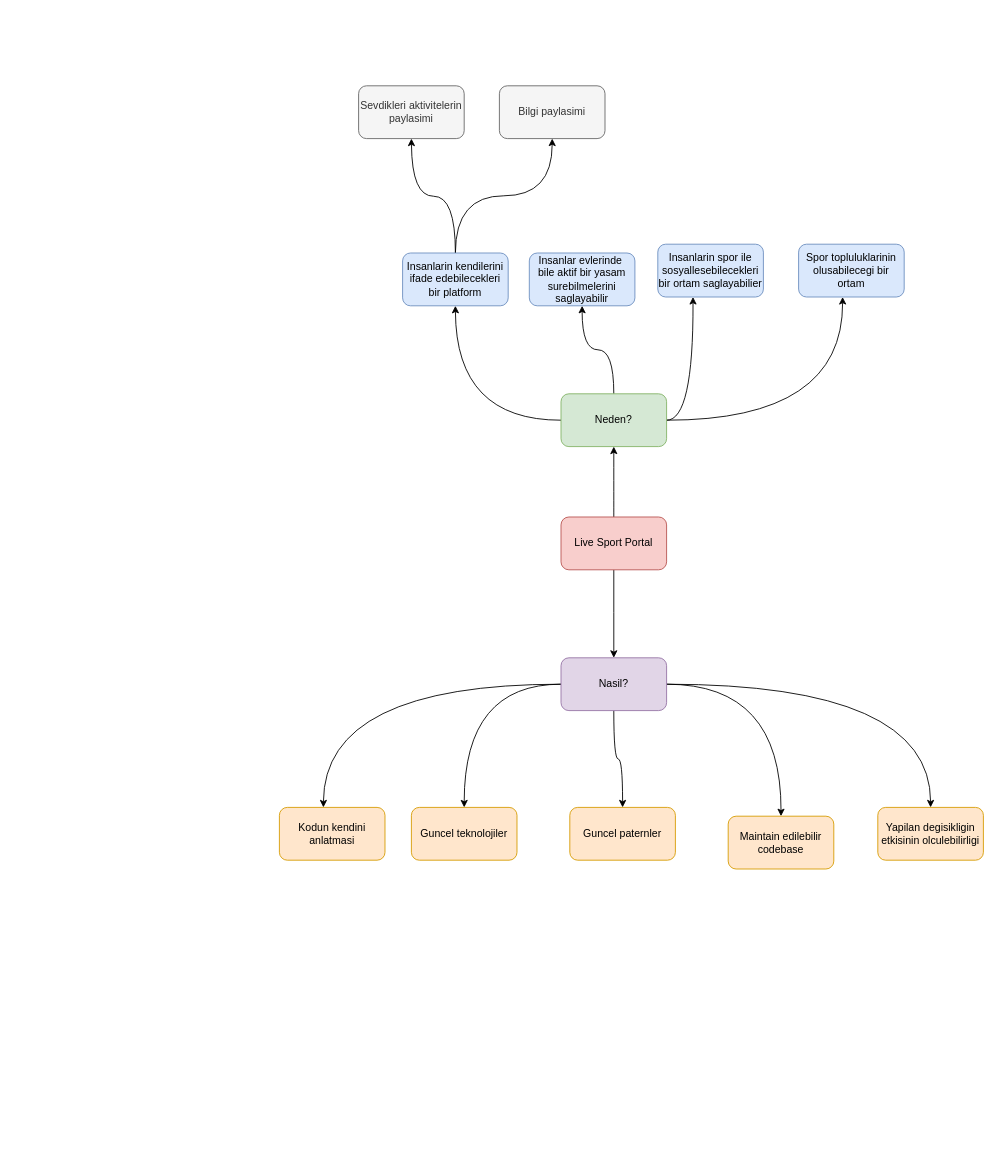
Above: Mindmapping.drawio in emrahoner/live-sport-documents (draw.io), before the change. Source tidied: cells renumbered, new cells numbered last; positions are measured from the earlier drawing's top-left corner, leaving out a move shared by most shapes. Both pictures are drawn from the tidied source at 88%, with x=0, y=0 at pixel (279, 85).
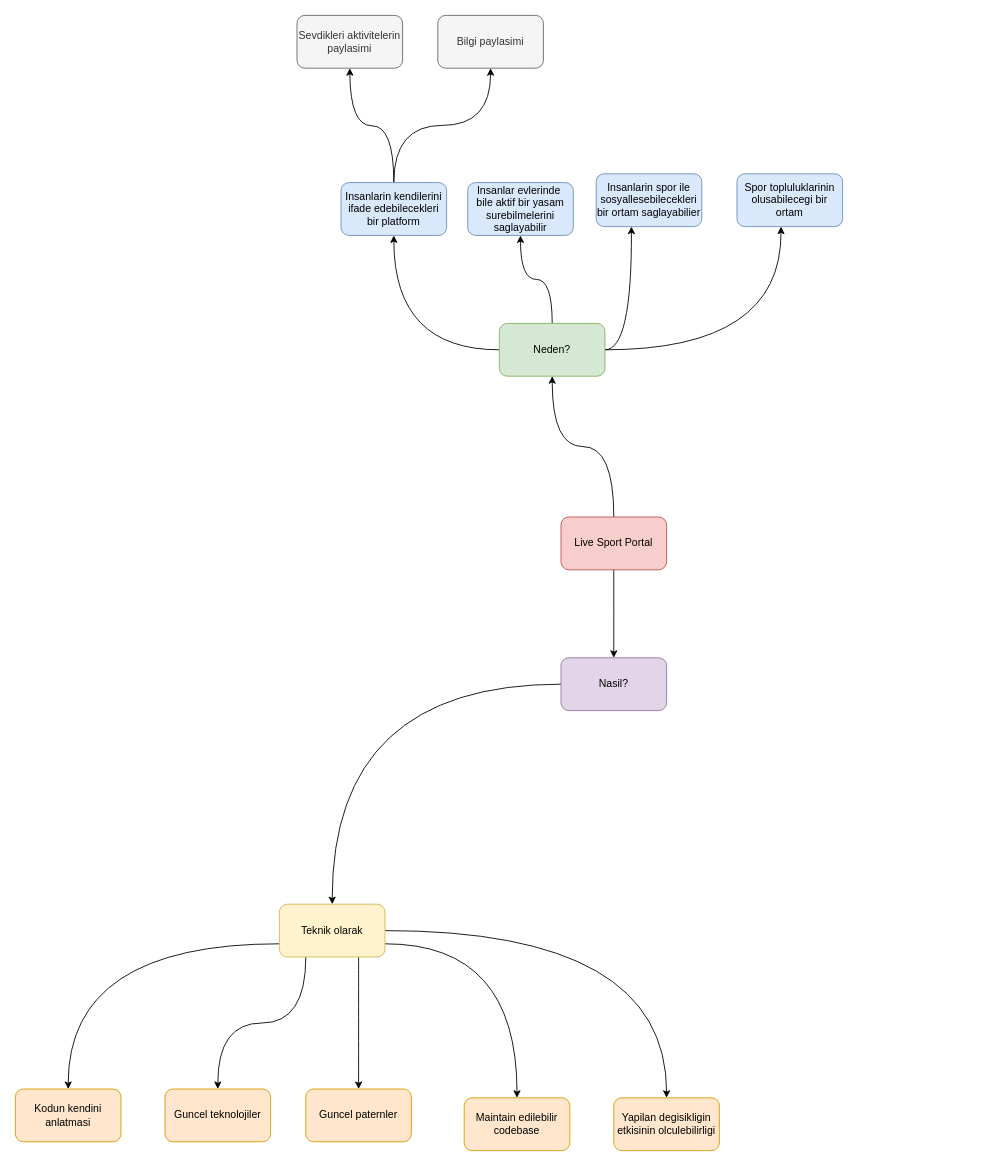
The same diagram, later.

Commit message:
Regroup reasons

Unchanged cells that the change refers to:
```xml
<mxCell id="23" value="Nasil?" style="rounded=1;whiteSpace=wrap;html=1;fillColor=#e1d5e7;strokeColor=#9673a6;" parent="1" vertex="1">
  <mxGeometry x="320" y="650" width="120" height="60" as="geometry" />
</mxCell>
```

Diff of the diagram source:
```diff
@@
     <mxCell id="6" style="edgeStyle=orthogonalEdgeStyle;curved=1;rounded=0;jettySize=auto;html=1;" parent="1" edge="1" source="9">
       <mxGeometry relative="1" as="geometry">
-        <mxPoint x="470" y="240" as="targetPoint" />
+        <mxPoint x="400" y="160" as="targetPoint" />
       </mxGeometry>
     </mxCell>
     <mxCell id="7" style="edgeStyle=orthogonalEdgeStyle;rounded=0;jettySize=auto;html=1;curved=1;" parent="1" edge="1" source="9">
       <mxGeometry relative="1" as="geometry">
-        <mxPoint x="200" y="250" as="targetPoint" />
+        <mxPoint x="130" y="170" as="targetPoint" />
       </mxGeometry>
     </mxCell>
     <mxCell id="8" style="edgeStyle=orthogonalEdgeStyle;rounded=1;jettySize=auto;html=1;startArrow=none;startFill=0;endArrow=classic;endFill=1;curved=1;" parent="1" edge="1" source="9">
       <mxGeometry relative="1" as="geometry">
-        <mxPoint x="640" y="240" as="targetPoint" />
+        <mxPoint x="570" y="160" as="targetPoint" />
       </mxGeometry>
     </mxCell>
     <mxCell id="9" value="Neden?" style="rounded=1;whiteSpace=wrap;html=1;fillColor=#d5e8d4;strokeColor=#82b366;" parent="1" vertex="1">
-      <mxGeometry x="320" y="350" width="120" height="60" as="geometry" />
+      <mxGeometry x="250" y="270" width="120" height="60" as="geometry" />
     </mxCell>
     <mxCell id="10" value="Insanlar evlerinde&amp;nbsp;&lt;br&gt;bile aktif bir yasam&lt;br&gt;surebilmelerini saglayabilir" style="rounded=1;whiteSpace=wrap;html=1;fillColor=#dae8fc;strokeColor=#6c8ebf;" parent="1" vertex="1">
-      <mxGeometry x="284" y="190" width="120" height="60" as="geometry" />
+      <mxGeometry x="214" y="110" width="120" height="60" as="geometry" />
     </mxCell>
     <mxCell id="11" value="Insanlarin spor ile&lt;br&gt;sosyallesebilecekleri&lt;br&gt;bir ortam saglayabilier" style="rounded=1;whiteSpace=wrap;html=1;fillColor=#dae8fc;strokeColor=#6c8ebf;" parent="1" vertex="1">
-      <mxGeometry x="430" y="180" width="120" height="60" as="geometry" />
+      <mxGeometry x="360" y="100" width="120" height="60" as="geometry" />
     </mxCell>
     <mxCell id="12" style="edgeStyle=orthogonalEdgeStyle;curved=1;rounded=1;jettySize=auto;html=1;startArrow=none;startFill=0;endArrow=classic;endFill=1;" parent="1" edge="1" source="14">
       <mxGeometry relative="1" as="geometry">
-        <mxPoint x="150" y="60" as="targetPoint" />
+        <mxPoint x="80" y="-20" as="targetPoint" />
       </mxGeometry>
     </mxCell>
@@
     <mxCell id="14" value="Insanlarin kendilerini ifade edebilecekleri bir platform" style="rounded=1;whiteSpace=wrap;html=1;fillColor=#dae8fc;strokeColor=#6c8ebf;" parent="1" vertex="1">
-      <mxGeometry x="140" y="190" width="120" height="60" as="geometry" />
+      <mxGeometry x="70" y="110" width="120" height="60" as="geometry" />
     </mxCell>
     <mxCell id="15" value="Spor topluluklarinin olusabilecegi bir ortam" style="rounded=1;whiteSpace=wrap;html=1;fillColor=#dae8fc;strokeColor=#6c8ebf;" parent="1" vertex="1">
-      <mxGeometry x="590" y="180" width="120" height="60" as="geometry" />
+      <mxGeometry x="520" y="100" width="120" height="60" as="geometry" />
     </mxCell>
     <mxCell id="16" value="Sevdikleri aktivitelerin paylasimi" style="rounded=1;whiteSpace=wrap;html=1;fillColor=#f5f5f5;strokeColor=#666666;fontColor=#333333;" parent="1" vertex="1">
-      <mxGeometry x="90" width="120" height="60" as="geometry" />
+      <mxGeometry x="20" y="-80" width="120" height="60" as="geometry" />
     </mxCell>
     <mxCell id="17" value="Bilgi paylasimi" style="rounded=1;whiteSpace=wrap;html=1;fillColor=#f5f5f5;strokeColor=#666666;fontColor=#333333;" parent="1" vertex="1">
-      <mxGeometry x="250" width="120" height="60" as="geometry" />
+      <mxGeometry x="180" y="-80" width="120" height="60" as="geometry" />
     </mxCell>
-    <mxCell id="18" style="edgeStyle=orthogonalEdgeStyle;curved=1;rounded=1;jettySize=auto;html=1;startArrow=none;startFill=0;endArrow=classic;endFill=1;" parent="1" edge="1" source="23" target="24">
+    <mxCell id="18" style="edgeStyle=orthogonalEdgeStyle;curved=1;rounded=1;jettySize=auto;html=1;startArrow=none;startFill=0;endArrow=classic;endFill=1;exitX=0.25;exitY=1;exitDx=0;exitDy=0;" parent="1" edge="1" source="30" target="24">
       <mxGeometry relative="1" as="geometry" />
     </mxCell>
-    <mxCell id="19" style="edgeStyle=orthogonalEdgeStyle;curved=1;rounded=1;jettySize=auto;html=1;startArrow=none;startFill=0;endArrow=classic;endFill=1;" parent="1" edge="1" source="23" target="25">
+    <mxCell id="19" style="edgeStyle=orthogonalEdgeStyle;curved=1;rounded=1;jettySize=auto;html=1;startArrow=none;startFill=0;endArrow=classic;endFill=1;exitX=0.75;exitY=1;exitDx=0;exitDy=0;" parent="1" edge="1" source="30" target="25">
       <mxGeometry relative="1" as="geometry" />
     </mxCell>
-    <mxCell id="20" style="edgeStyle=orthogonalEdgeStyle;curved=1;rounded=1;jettySize=auto;html=1;startArrow=none;startFill=0;endArrow=classic;endFill=1;" parent="1" edge="1" source="23">
-      <mxGeometry relative="1" as="geometry">
-        <mxPoint x="570" y="830" as="targetPoint" />
-      </mxGeometry>
+    <mxCell id="20" style="edgeStyle=orthogonalEdgeStyle;curved=1;rounded=1;jettySize=auto;html=1;startArrow=none;startFill=0;endArrow=classic;endFill=1;exitX=1;exitY=0.75;exitDx=0;exitDy=0;entryX=0.5;entryY=0;entryDx=0;entryDy=0;" parent="1" edge="1" source="30" target="26">
+      <mxGeometry relative="1" as="geometry" />
     </mxCell>
-    <mxCell id="21" style="edgeStyle=orthogonalEdgeStyle;curved=1;rounded=1;jettySize=auto;html=1;startArrow=none;startFill=0;endArrow=classic;endFill=1;" parent="1" edge="1" source="23" target="27">
+    <mxCell id="21" style="edgeStyle=orthogonalEdgeStyle;curved=1;rounded=1;jettySize=auto;html=1;startArrow=none;startFill=0;endArrow=classic;endFill=1;" parent="1" edge="1" source="30" target="27">
       <mxGeometry relative="1" as="geometry" />
     </mxCell>
-    <mxCell id="22" style="edgeStyle=orthogonalEdgeStyle;curved=1;rounded=1;jettySize=auto;html=1;startArrow=none;startFill=0;endArrow=classic;endFill=1;" parent="1" edge="1" source="23">
-      <mxGeometry relative="1" as="geometry">
-        <mxPoint x="50" y="820" as="targetPoint" />
-      </mxGeometry>
+    <mxCell id="22" style="edgeStyle=orthogonalEdgeStyle;curved=1;rounded=1;jettySize=auto;html=1;startArrow=none;startFill=0;endArrow=classic;endFill=1;entryX=0.5;entryY=0;entryDx=0;entryDy=0;exitX=0;exitY=0.75;exitDx=0;exitDy=0;" parent="1" edge="1" source="30" target="28">
+      <mxGeometry relative="1" as="geometry" />
     </mxCell>
+    <mxCell id="29" style="edgeStyle=orthogonalEdgeStyle;curved=1;rounded=0;jettySize=auto;html=1;" parent="1" edge="1" source="23" target="30">
+      <mxGeometry relative="1" as="geometry" />
+    </mxCell>
@@
     <mxCell id="24" value="Guncel teknolojiler" style="rounded=1;whiteSpace=wrap;html=1;fillColor=#ffe6cc;strokeColor=#d79b00;" parent="1" vertex="1">
-      <mxGeometry x="150" y="820" width="120" height="60" as="geometry" />
+      <mxGeometry x="-130" y="1140" width="120" height="60" as="geometry" />
     </mxCell>
     <mxCell id="25" value="Guncel paternler" style="rounded=1;whiteSpace=wrap;html=1;fillColor=#ffe6cc;strokeColor=#d79b00;" parent="1" vertex="1">
-      <mxGeometry x="330" y="820" width="120" height="60" as="geometry" />
+      <mxGeometry x="30" y="1140" width="120" height="60" as="geometry" />
     </mxCell>
     <mxCell id="26" value="Maintain edilebilir codebase" style="rounded=1;whiteSpace=wrap;html=1;fillColor=#ffe6cc;strokeColor=#d79b00;" parent="1" vertex="1">
-      <mxGeometry x="510" y="830" width="120" height="60" as="geometry" />
+      <mxGeometry x="210" y="1150" width="120" height="60" as="geometry" />
     </mxCell>
     <mxCell id="27" value="Yapilan degisikligin etkisinin olculebilirligi" style="rounded=1;whiteSpace=wrap;html=1;fillColor=#ffe6cc;strokeColor=#d79b00;" parent="1" vertex="1">
-      <mxGeometry x="680" y="820" width="120" height="60" as="geometry" />
+      <mxGeometry x="380" y="1150" width="120" height="60" as="geometry" />
     </mxCell>
     <mxCell id="28" value="Kodun kendini anlatmasi" style="rounded=1;whiteSpace=wrap;html=1;fillColor=#ffe6cc;strokeColor=#d79b00;" parent="1" vertex="1">
-      <mxGeometry y="820" width="120" height="60" as="geometry" />
+      <mxGeometry x="-300" y="1140" width="120" height="60" as="geometry" />
     </mxCell>
+    <mxCell id="30" value="Teknik olarak" style="rounded=1;whiteSpace=wrap;html=1;fillColor=#fff2cc;strokeColor=#d6b656;" parent="1" vertex="1">
+      <mxGeometry y="930" width="120" height="60" as="geometry" />
+    </mxCell>
```
